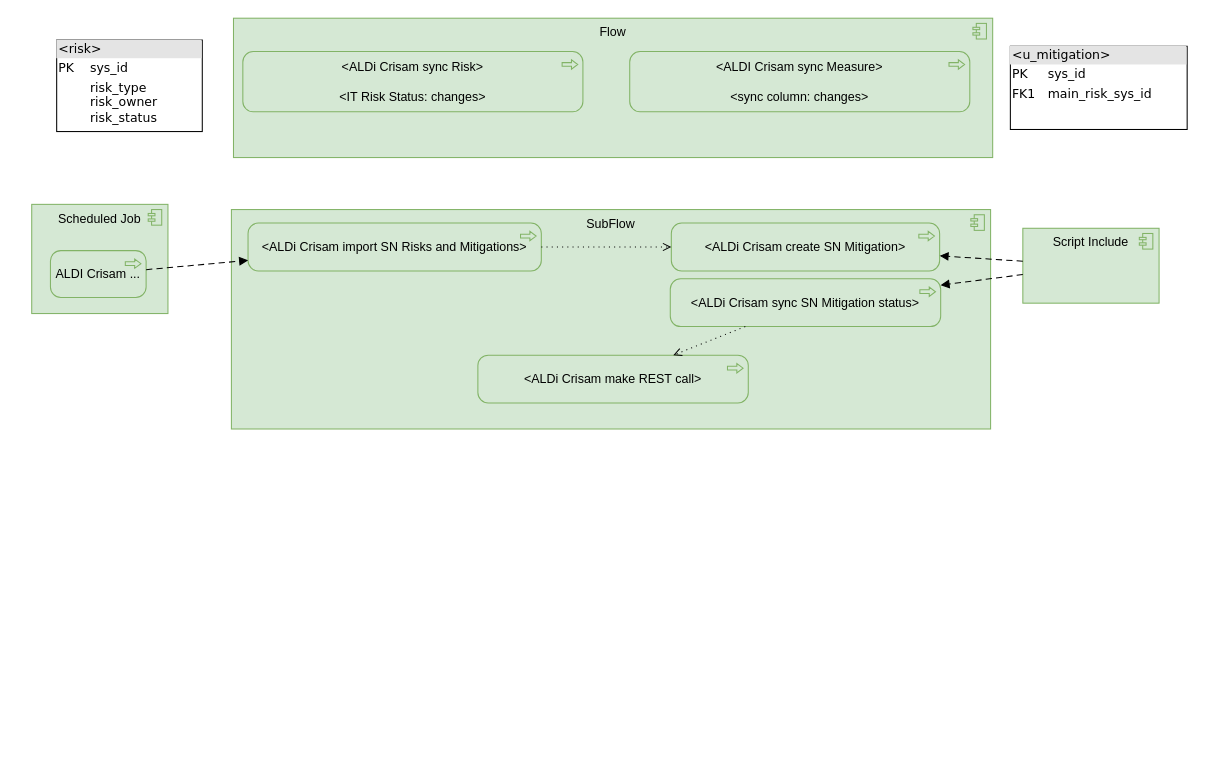
Earlier version of the draw.io diagram page "FlowDesigner" (25 of 25) of AldiCrisam.drawio (algimas/tmp). Source tidied: cells renumbered, new cells numbered last; positions are measured from the earlier drawing's top-left corner, leaving out a move shared by most shapes. Both pictures are drawn from the tidied source at 104%, with x=0, y=0 at pixel (31, 18).
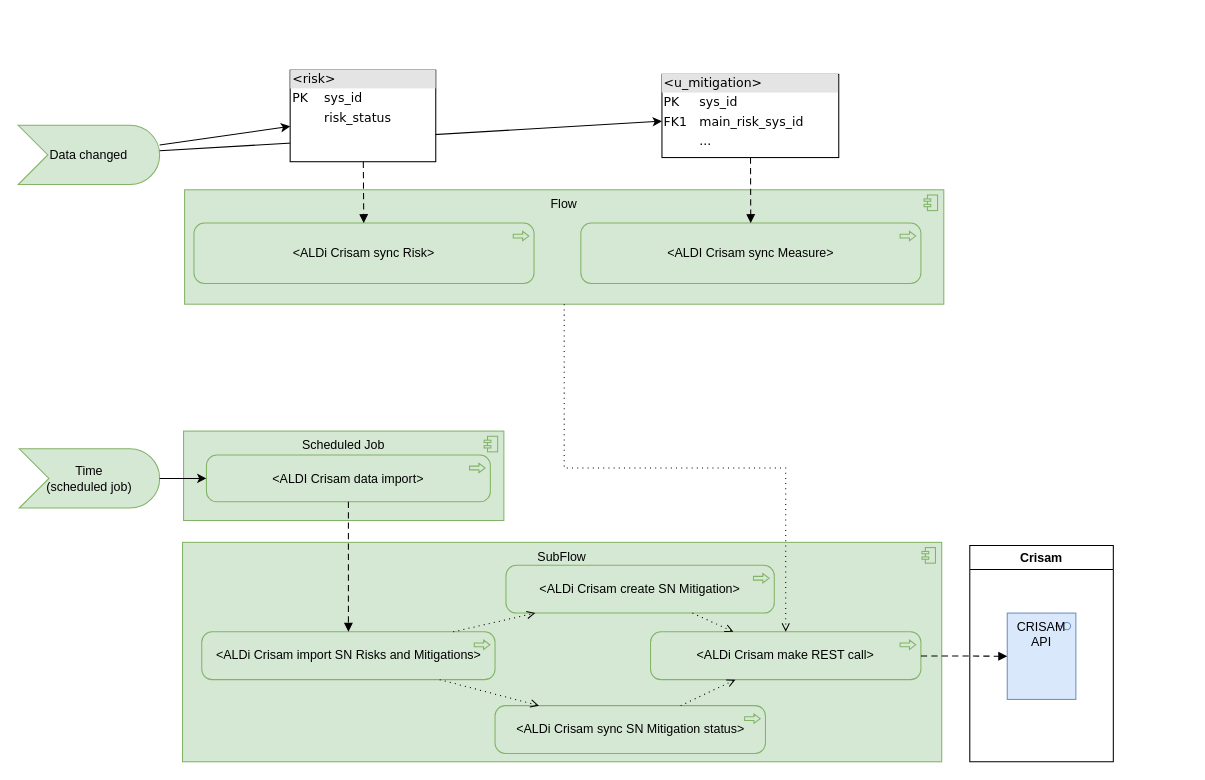
After the change.

Diff of the diagram source:
```diff
@@
     <mxCell id="2" value="Flow" style="html=1;outlineConnect=0;whiteSpace=wrap;fillColor=#d5e8d4;shape=mxgraph.archimate3.application;appType=comp;archiType=square;strokeColor=#82b366;verticalAlign=top;" parent="1" vertex="1">
-      <mxGeometry x="194" width="730" height="134" as="geometry" />
+      <mxGeometry x="147" y="165" width="730" height="110" as="geometry" />
     </mxCell>
-    <mxCell id="3" value="&amp;lt;ALDi Crisam sync Risk&amp;gt;&lt;br&gt;&lt;br style=&quot;border-color: var(--border-color);&quot;&gt;&amp;lt;IT Risk Status: changes&amp;gt;" style="html=1;outlineConnect=0;whiteSpace=wrap;fillColor=#d5e8d4;shape=mxgraph.archimate3.application;appType=proc;archiType=rounded;strokeColor=#82b366;" parent="1" vertex="1">
-      <mxGeometry x="203" y="32" width="327" height="58" as="geometry" />
+    <mxCell id="3" value="&amp;lt;ALDi Crisam sync Risk&amp;gt;" style="html=1;outlineConnect=0;whiteSpace=wrap;fillColor=#d5e8d4;shape=mxgraph.archimate3.application;appType=proc;archiType=rounded;strokeColor=#82b366;" parent="1" vertex="1">
+      <mxGeometry x="156" y="197" width="327" height="58" as="geometry" />
     </mxCell>
-    <mxCell id="4" value="&amp;lt;ALDI Crisam sync Measure&amp;gt;&lt;br&gt;&lt;br style=&quot;border-color: var(--border-color);&quot;&gt;&amp;lt;sync column: changes&amp;gt;" style="html=1;outlineConnect=0;whiteSpace=wrap;fillColor=#d5e8d4;shape=mxgraph.archimate3.application;appType=proc;archiType=rounded;strokeColor=#82b366;" parent="1" vertex="1">
-      <mxGeometry x="575" y="32" width="327" height="58" as="geometry" />
+    <mxCell id="4" value="&amp;lt;ALDI Crisam sync Measure&amp;gt;" style="html=1;outlineConnect=0;whiteSpace=wrap;fillColor=#d5e8d4;shape=mxgraph.archimate3.application;appType=proc;archiType=rounded;strokeColor=#82b366;" parent="1" vertex="1">
+      <mxGeometry x="528" y="197" width="327" height="58" as="geometry" />
     </mxCell>
-    <mxCell id="5" value="Scheduled Job" style="html=1;whiteSpace=wrap;fillColor=#d5e8d4;shape=mxgraph.archimate3.application;appType=comp;archiType=square;strokeColor=#82b366;verticalAlign=top;" parent="1" vertex="1">
-      <mxGeometry y="179" width="131" height="105" as="geometry" />
-    </mxCell>
-    <mxCell id="6" value="ALDI Crisam ..." style="html=1;outlineConnect=0;whiteSpace=wrap;fillColor=#d5e8d4;shape=mxgraph.archimate3.application;appType=proc;archiType=rounded;strokeColor=#82b366;" parent="1" vertex="1">
-      <mxGeometry x="18" y="223.5" width="92" height="45" as="geometry" />
-    </mxCell>
     <mxCell id="7" value="SubFlow" style="html=1;whiteSpace=wrap;fillColor=#d5e8d4;shape=mxgraph.archimate3.application;appType=comp;archiType=square;strokeColor=#82b366;verticalAlign=top;" parent="1" vertex="1">
-      <mxGeometry x="192" y="184" width="730" height="211" as="geometry" />
+      <mxGeometry x="145" y="504" width="730" height="211" as="geometry" />
     </mxCell>
     <mxCell id="8" value="&amp;lt;ALDi Crisam import SN Risks and Mitigations&amp;gt;" style="html=1;outlineConnect=0;whiteSpace=wrap;fillColor=#d5e8d4;shape=mxgraph.archimate3.application;appType=proc;archiType=rounded;strokeColor=#82b366;" parent="1" vertex="1">
-      <mxGeometry x="208" y="197" width="282" height="46" as="geometry" />
+      <mxGeometry x="163.5" y="590" width="282" height="46" as="geometry" />
     </mxCell>
-    <mxCell id="9" style="html=1;endArrow=block;dashed=1;elbow=vertical;endFill=1;dashPattern=6 4;rounded=0;fontSize=12;" parent="1" edge="1" source="6" target="8">
-      <mxGeometry relative="1" as="geometry" />
-    </mxCell>
     <mxCell id="10" value="&amp;lt;ALDi Crisam create SN Mitigation&amp;gt;" style="html=1;outlineConnect=0;whiteSpace=wrap;fillColor=#d5e8d4;shape=mxgraph.archimate3.application;appType=proc;archiType=rounded;strokeColor=#82b366;" parent="1" vertex="1">
-      <mxGeometry x="615" y="197" width="258" height="46" as="geometry" />
+      <mxGeometry x="456" y="526" width="258" height="46" as="geometry" />
     </mxCell>
-    <mxCell id="11" value="Script Include" style="html=1;outlineConnect=0;whiteSpace=wrap;fillColor=#d5e8d4;shape=mxgraph.archimate3.application;appType=comp;archiType=square;strokeColor=#82b366;verticalAlign=top;" parent="1" vertex="1">
-      <mxGeometry x="953" y="202" width="131" height="72" as="geometry" />
-    </mxCell>
-    <mxCell id="12" style="html=1;endArrow=block;dashed=1;elbow=vertical;endFill=1;dashPattern=6 4;rounded=0;fontSize=12;" parent="1" edge="1" source="11" target="10">
-      <mxGeometry relative="1" as="geometry" />
-    </mxCell>
     <mxCell id="13" value="&amp;lt;ALDi Crisam sync SN Mitigation status&amp;gt;" style="html=1;outlineConnect=0;whiteSpace=wrap;fillColor=#d5e8d4;shape=mxgraph.archimate3.application;appType=proc;archiType=rounded;strokeColor=#82b366;" parent="1" vertex="1">
-      <mxGeometry x="614" y="250.5" width="260" height="46" as="geometry" />
+      <mxGeometry x="445.5" y="661" width="260" height="46" as="geometry" />
     </mxCell>
-    <mxCell id="14" style="html=1;endArrow=block;dashed=1;elbow=vertical;endFill=1;dashPattern=6 4;rounded=0;fontSize=12;" parent="1" edge="1" source="11" target="13">
-      <mxGeometry relative="1" as="geometry" />
-    </mxCell>
-    <mxCell id="15" value="&lt;div style=&quot;box-sizing: border-box ; width: 100% ; background: #e4e4e4 ; padding: 2px&quot;&gt;&amp;lt;risk&amp;gt;&lt;/div&gt;&lt;table style=&quot;width: 100% ; font-size: 1em&quot; cellpadding=&quot;2&quot; cellspacing=&quot;0&quot;&gt;&lt;tbody&gt;&lt;tr&gt;&lt;td&gt;PK&lt;/td&gt;&lt;td&gt;sys_id&lt;/td&gt;&lt;/tr&gt;&lt;tr&gt;&lt;td&gt;&lt;br&gt;&lt;/td&gt;&lt;td&gt;risk_type&lt;br&gt;risk_owner&lt;br&gt;risk_status&lt;/td&gt;&lt;/tr&gt;&lt;tr&gt;&lt;td&gt;&lt;/td&gt;&lt;td&gt;&lt;br&gt;&lt;/td&gt;&lt;/tr&gt;&lt;tr&gt;&lt;td&gt;&lt;br&gt;&lt;/td&gt;&lt;td&gt;&lt;/td&gt;&lt;/tr&gt;&lt;/tbody&gt;&lt;/table&gt;" style="verticalAlign=top;align=left;overflow=fill;html=1;rounded=0;shadow=0;comic=0;labelBackgroundColor=none;strokeWidth=1;fontFamily=Verdana;fontSize=12;" parent="1" vertex="1">
-      <mxGeometry x="24" y="21" width="140" height="88" as="geometry" />
-    </mxCell>
-    <mxCell id="16" value="&lt;div style=&quot;box-sizing: border-box ; width: 100% ; background: #e4e4e4 ; padding: 2px&quot;&gt;&amp;lt;u_mitigation&amp;gt;&lt;/div&gt;&lt;table style=&quot;width: 100% ; font-size: 1em&quot; cellpadding=&quot;2&quot; cellspacing=&quot;0&quot;&gt;&lt;tbody&gt;&lt;tr&gt;&lt;td&gt;PK&lt;/td&gt;&lt;td&gt;sys_id&lt;/td&gt;&lt;/tr&gt;&lt;tr&gt;&lt;td&gt;FK1&lt;/td&gt;&lt;td&gt;main_risk_sys_id&lt;br&gt;&lt;/td&gt;&lt;/tr&gt;&lt;tr&gt;&lt;td&gt;&lt;br&gt;&lt;/td&gt;&lt;td&gt;&lt;br&gt;&lt;/td&gt;&lt;/tr&gt;&lt;/tbody&gt;&lt;/table&gt;" style="verticalAlign=top;align=left;overflow=fill;html=1;rounded=0;shadow=0;comic=0;labelBackgroundColor=none;strokeWidth=1;fontFamily=Verdana;fontSize=12;" parent="1" vertex="1">
-      <mxGeometry x="941" y="27" width="170" height="80" as="geometry" />
+    <mxCell id="16" value="&lt;div style=&quot;box-sizing: border-box ; width: 100% ; background: #e4e4e4 ; padding: 2px&quot;&gt;&amp;lt;u_mitigation&amp;gt;&lt;/div&gt;&lt;table style=&quot;width: 100% ; font-size: 1em&quot; cellpadding=&quot;2&quot; cellspacing=&quot;0&quot;&gt;&lt;tbody&gt;&lt;tr&gt;&lt;td&gt;PK&lt;/td&gt;&lt;td&gt;sys_id&lt;/td&gt;&lt;/tr&gt;&lt;tr&gt;&lt;td&gt;FK1&lt;/td&gt;&lt;td&gt;main_risk_sys_id&lt;br&gt;&lt;/td&gt;&lt;/tr&gt;&lt;tr&gt;&lt;td&gt;&lt;br&gt;&lt;/td&gt;&lt;td&gt;...&lt;/td&gt;&lt;/tr&gt;&lt;/tbody&gt;&lt;/table&gt;" style="verticalAlign=top;align=left;overflow=fill;html=1;rounded=0;shadow=0;comic=0;labelBackgroundColor=none;strokeWidth=1;fontFamily=Verdana;fontSize=12;" parent="1" vertex="1">
+      <mxGeometry x="606" y="54" width="170" height="80" as="geometry" />
     </mxCell>
     <mxCell id="17" value="&amp;lt;ALDi Crisam make REST call&amp;gt;" style="html=1;outlineConnect=0;whiteSpace=wrap;fillColor=#d5e8d4;shape=mxgraph.archimate3.application;appType=proc;archiType=rounded;strokeColor=#82b366;" parent="1" vertex="1">
-      <mxGeometry x="429" y="324" width="260" height="46" as="geometry" />
+      <mxGeometry x="595" y="590" width="260" height="46" as="geometry" />
     </mxCell>
@@
+    <mxCell id="20" style="html=1;endArrow=open;elbow=vertical;endFill=0;dashed=1;dashPattern=1 4;rounded=0;fillColor=#00b9f2;" parent="1" edge="1" source="8" target="13">
+      <mxGeometry relative="1" as="geometry" />
+    </mxCell>
+    <mxCell id="21" value="Data changed" style="html=1;outlineConnect=0;whiteSpace=wrap;fillColor=#d5e8d4;shape=mxgraph.archimate3.event;strokeColor=#82b366;" parent="1" vertex="1">
+      <mxGeometry x="-13" y="103" width="136" height="57" as="geometry" />
+    </mxCell>
+    <mxCell id="22" value="Time &lt;br&gt;(scheduled job)" style="html=1;outlineConnect=0;whiteSpace=wrap;fillColor=#d5e8d4;shape=mxgraph.archimate3.event;strokeColor=#82b366;" parent="1" vertex="1">
+      <mxGeometry x="-12" y="414" width="135" height="57" as="geometry" />
+    </mxCell>
+    <mxCell id="5" value="Scheduled Job" style="html=1;whiteSpace=wrap;fillColor=#d5e8d4;shape=mxgraph.archimate3.application;appType=comp;archiType=square;strokeColor=#82b366;verticalAlign=top;" parent="1" vertex="1">
+      <mxGeometry x="146" y="397" width="308" height="86" as="geometry" />
+    </mxCell>
+    <mxCell id="23" value="&amp;lt;ALDI Crisam data import&amp;gt;" style="html=1;outlineConnect=0;whiteSpace=wrap;fillColor=#d5e8d4;shape=mxgraph.archimate3.application;appType=proc;archiType=rounded;strokeColor=#82b366;" parent="1" vertex="1">
+      <mxGeometry x="168" y="420" width="273" height="45" as="geometry" />
+    </mxCell>
+    <mxCell id="24" style="edgeStyle=none;rounded=0;jettySize=auto;html=1;fontSize=6;" parent="1" edge="1" source="22" target="23">
+      <mxGeometry relative="1" as="geometry" />
+    </mxCell>
+    <mxCell id="25" style="html=1;endArrow=block;dashed=1;elbow=vertical;endFill=1;dashPattern=6 4;rounded=0;fontSize=12;" parent="1" edge="1" source="23" target="8">
+      <mxGeometry relative="1" as="geometry" />
+    </mxCell>
+    <mxCell id="26" style="edgeStyle=none;rounded=0;jettySize=auto;html=1;fontSize=6;" parent="1" edge="1" source="21" target="15">
+      <mxGeometry relative="1" as="geometry" />
+    </mxCell>
+    <mxCell id="27" style="edgeStyle=none;rounded=0;jettySize=auto;html=1;fontSize=6;" parent="1" edge="1" source="21" target="16">
+      <mxGeometry relative="1" as="geometry" />
+    </mxCell>
+    <mxCell id="15" value="&lt;div style=&quot;box-sizing: border-box ; width: 100% ; background: #e4e4e4 ; padding: 2px&quot;&gt;&amp;lt;risk&amp;gt;&lt;/div&gt;&lt;table style=&quot;width: 100% ; font-size: 1em&quot; cellpadding=&quot;2&quot; cellspacing=&quot;0&quot;&gt;&lt;tbody&gt;&lt;tr&gt;&lt;td&gt;PK&lt;/td&gt;&lt;td&gt;sys_id&lt;/td&gt;&lt;/tr&gt;&lt;tr&gt;&lt;td&gt;&lt;/td&gt;&lt;td&gt;risk_status&lt;br&gt;&lt;/td&gt;&lt;/tr&gt;&lt;tr&gt;&lt;td&gt;&lt;br&gt;&lt;/td&gt;&lt;td&gt;&lt;br&gt;&lt;/td&gt;&lt;/tr&gt;&lt;tr&gt;&lt;td&gt;&lt;br&gt;&lt;/td&gt;&lt;td&gt;&lt;/td&gt;&lt;/tr&gt;&lt;/tbody&gt;&lt;/table&gt;" style="verticalAlign=top;align=left;overflow=fill;html=1;rounded=0;shadow=0;comic=0;labelBackgroundColor=none;strokeWidth=1;fontFamily=Verdana;fontSize=12;" parent="1" vertex="1">
+      <mxGeometry x="248.5" y="50" width="140" height="88" as="geometry" />
+    </mxCell>
+    <mxCell id="28" style="html=1;endArrow=block;dashed=1;elbow=vertical;endFill=1;dashPattern=6 4;rounded=0;fontSize=12;" parent="1" edge="1" source="15" target="3">
+      <mxGeometry x="-1" y="-326" relative="1" as="geometry">
+        <mxPoint x="123" y="-256" as="offset" />
+      </mxGeometry>
+    </mxCell>
+    <mxCell id="29" style="html=1;endArrow=block;dashed=1;elbow=vertical;endFill=1;dashPattern=6 4;rounded=0;fontSize=12;" parent="1" edge="1" source="16" target="4">
+      <mxGeometry x="-1" y="-326" relative="1" as="geometry">
+        <mxPoint x="123" y="-256" as="offset" />
+      </mxGeometry>
+    </mxCell>
+    <mxCell id="30" value="Crisam" style="swimlane;" parent="1" vertex="1">
+      <mxGeometry x="902" y="507" width="138" height="208" as="geometry" />
+    </mxCell>
+    <mxCell id="31" value="CRISAM API" style="html=1;outlineConnect=0;whiteSpace=wrap;fillColor=#dae8fc;shape=mxgraph.archimate3.application;appType=interface;archiType=square;strokeColor=#6c8ebf;verticalAlign=top;" parent="30" vertex="1">
+      <mxGeometry x="36" y="65" width="66" height="83" as="geometry" />
+    </mxCell>
+    <mxCell id="32" style="html=1;endArrow=block;dashed=1;elbow=vertical;endFill=1;dashPattern=6 4;rounded=0;fontSize=12;" parent="1" edge="1" source="17" target="31">
+      <mxGeometry relative="1" as="geometry" />
+    </mxCell>
+    <mxCell id="33" style="edgeStyle=orthogonalEdgeStyle;html=1;endArrow=open;elbow=vertical;endFill=0;dashed=1;dashPattern=1 4;rounded=0;fillColor=#00b9f2;" parent="1" edge="1" source="2" target="17">
+      <mxGeometry relative="1" as="geometry" />
+    </mxCell>
+    <mxCell id="34" style="html=1;endArrow=open;elbow=vertical;endFill=0;dashed=1;dashPattern=1 4;rounded=0;fillColor=#00b9f2;" parent="1" edge="1" source="10" target="17">
+      <mxGeometry relative="1" as="geometry" />
+    </mxCell>
```
